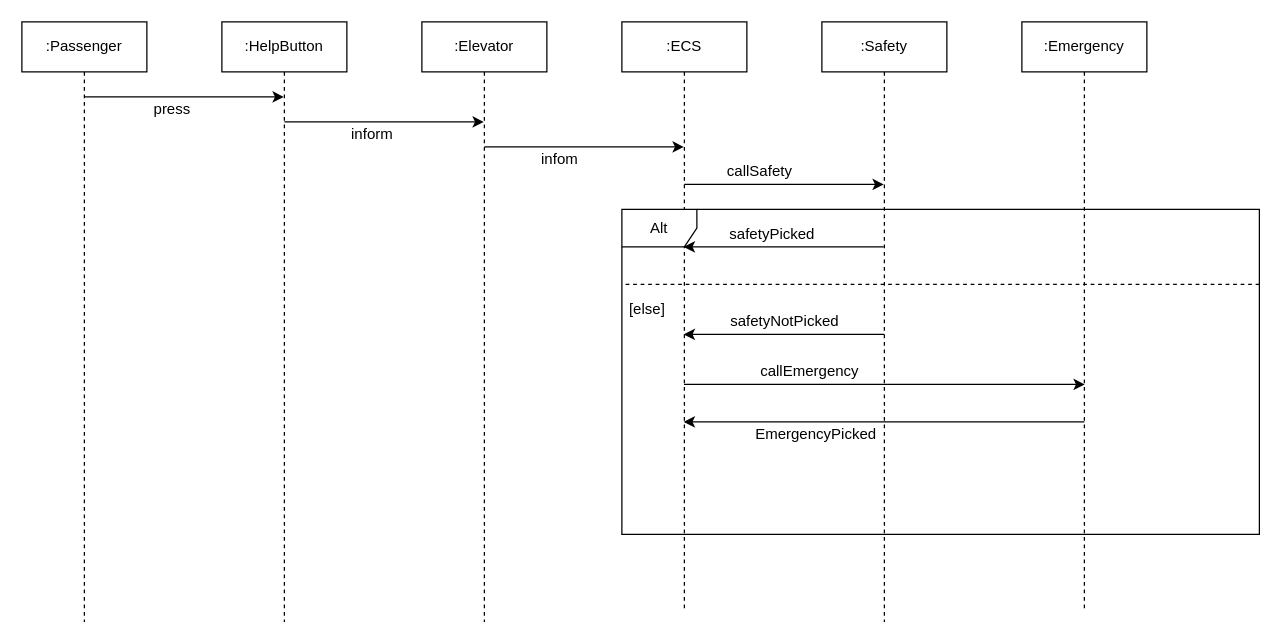
Before: SequenceDiagram2.drawio in streaker0/UML-saves, a draw.io diagram. Source tidied: cells renumbered, new cells numbered last; positions are measured from the earlier drawing's top-left corner, leaving out a move shared by most shapes. Both pictures are drawn from the tidied source at 125%, with x=0, y=0 at pixel (21, 21).
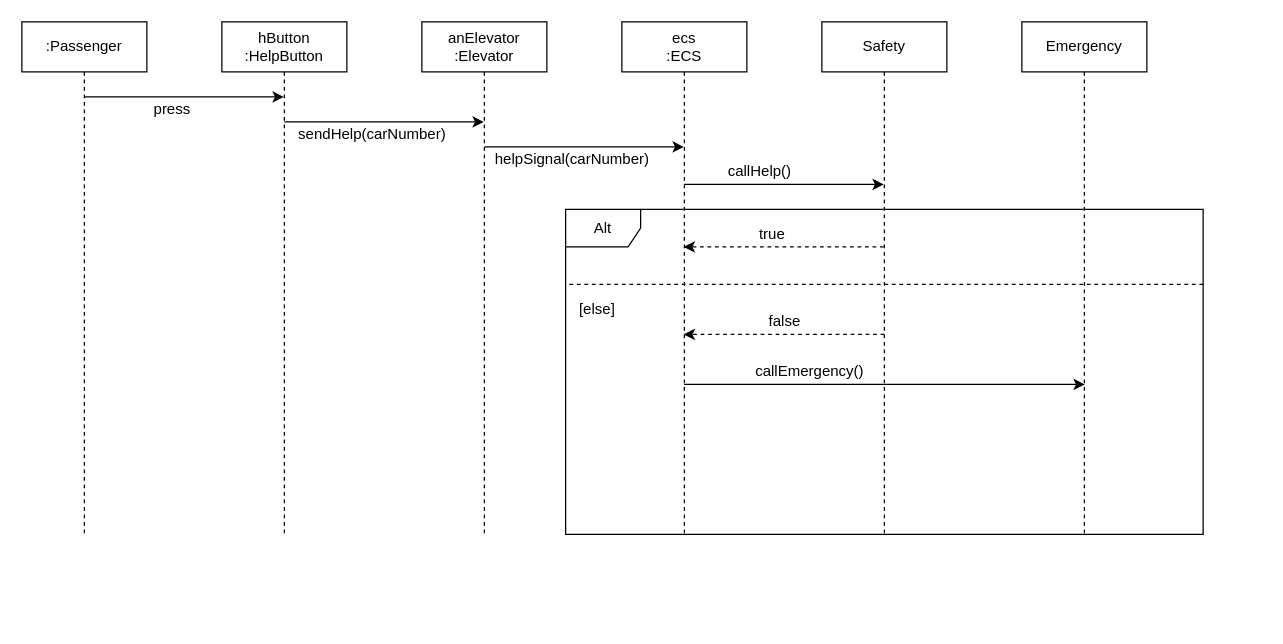
The same diagram, later.

Diff of the diagram source:
```diff
@@
+    <mxCell id="24" value="Alt" style="shape=umlFrame;whiteSpace=wrap;html=1;" parent="1" vertex="1">
+      <mxGeometry x="435" y="150" width="510" height="260" as="geometry" />
+    </mxCell>
     <mxCell id="2" value=":Passenger" style="shape=umlLifeline;perimeter=lifelinePerimeter;whiteSpace=wrap;html=1;" parent="1" vertex="1">
-      <mxGeometry width="100" height="480" as="geometry" />
+      <mxGeometry width="100" height="410" as="geometry" />
     </mxCell>
-    <mxCell id="3" value=":Emergency" style="shape=umlLifeline;perimeter=lifelinePerimeter;whiteSpace=wrap;html=1;" parent="1" vertex="1">
-      <mxGeometry x="800" width="100" height="470" as="geometry" />
+    <mxCell id="3" value="Emergency" style="shape=umlLifeline;perimeter=lifelinePerimeter;whiteSpace=wrap;html=1;" parent="1" vertex="1">
+      <mxGeometry x="800" width="100" height="410" as="geometry" />
     </mxCell>
-    <mxCell id="4" value=":ECS" style="shape=umlLifeline;perimeter=lifelinePerimeter;whiteSpace=wrap;html=1;outlineConnect=0;" parent="1" vertex="1">
-      <mxGeometry x="480" width="100" height="470" as="geometry" />
+    <mxCell id="4" value="ecs&lt;br&gt;:ECS" style="shape=umlLifeline;perimeter=lifelinePerimeter;whiteSpace=wrap;html=1;outlineConnect=0;" parent="1" vertex="1">
+      <mxGeometry x="480" width="100" height="410" as="geometry" />
     </mxCell>
-    <mxCell id="5" value=":Elevator" style="shape=umlLifeline;perimeter=lifelinePerimeter;whiteSpace=wrap;html=1;" parent="1" vertex="1">
-      <mxGeometry x="320" width="100" height="480" as="geometry" />
+    <mxCell id="5" value="anElevator&lt;br&gt;:Elevator" style="shape=umlLifeline;perimeter=lifelinePerimeter;whiteSpace=wrap;html=1;" parent="1" vertex="1">
+      <mxGeometry x="320" width="100" height="410" as="geometry" />
     </mxCell>
-    <mxCell id="6" value=":HelpButton" style="shape=umlLifeline;perimeter=lifelinePerimeter;whiteSpace=wrap;html=1;outlineConnect=0;" parent="1" vertex="1">
-      <mxGeometry x="160" width="100" height="480" as="geometry" />
+    <mxCell id="6" value="hButton&lt;br&gt;:HelpButton" style="shape=umlLifeline;perimeter=lifelinePerimeter;whiteSpace=wrap;html=1;outlineConnect=0;" parent="1" vertex="1">
+      <mxGeometry x="160" width="100" height="410" as="geometry" />
     </mxCell>
-    <mxCell id="7" value=":Safety" style="shape=umlLifeline;perimeter=lifelinePerimeter;whiteSpace=wrap;html=1;outlineConnect=0;" parent="1" vertex="1">
-      <mxGeometry x="640" width="100" height="480" as="geometry" />
+    <mxCell id="7" value="Safety" style="shape=umlLifeline;perimeter=lifelinePerimeter;whiteSpace=wrap;html=1;outlineConnect=0;" parent="1" vertex="1">
+      <mxGeometry x="640" width="100" height="410" as="geometry" />
     </mxCell>
+    <mxCell id="25" style="endArrow=none;dashed=1;html=1;" parent="7" edge="1">
+      <mxGeometry relative="1" as="geometry">
+        <mxPoint x="305" y="210" as="sourcePoint" />
+        <mxPoint x="-205" y="210" as="targetPoint" />
+      </mxGeometry>
+    </mxCell>
@@
-    <mxCell id="12" style="endArrow=classic;html=1;" parent="1" edge="1" source="7" target="4">
+    <mxCell id="12" style="endArrow=classic;html=1;dashed=1;" parent="1" edge="1" source="7" target="4">
       <mxGeometry relative="1" as="geometry">
         <Array as="points">
           <mxPoint x="630" y="180" />
         </Array>
       </mxGeometry>
     </mxCell>
-    <mxCell id="13" style="endArrow=classic;html=1;" parent="1" edge="1" target="4">
-      <mxGeometry relative="1" as="geometry">
-        <mxPoint x="850" y="320" as="sourcePoint" />
-      </mxGeometry>
-    </mxCell>
-    <mxCell id="14" style="endArrow=classic;html=1;" parent="1" edge="1" target="4">
+    <mxCell id="14" style="endArrow=classic;html=1;dashed=1;" parent="1" edge="1" target="4">
       <mxGeometry relative="1" as="geometry">
         <mxPoint x="690" y="250" as="sourcePoint" />
       </mxGeometry>
     </mxCell>
@@
-    <mxCell id="17" value="inform" style="text;html=1;align=center;verticalAlign=middle;" parent="1" vertex="1">
-      <mxGeometry x="255" y="80" width="50" height="20" as="geometry" />
+    <mxCell id="17" value="sendHelp(carNumber)" style="text;html=1;align=center;verticalAlign=middle;" parent="1" vertex="1">
+      <mxGeometry x="215" y="80" width="130" height="20" as="geometry" />
     </mxCell>
-    <mxCell id="18" value="infom" style="text;html=1;align=center;verticalAlign=middle;" parent="1" vertex="1">
-      <mxGeometry x="410" y="100" width="40" height="20" as="geometry" />
+    <mxCell id="18" value="helpSignal(carNumber)" style="text;html=1;align=center;verticalAlign=middle;" parent="1" vertex="1">
+      <mxGeometry x="370" y="100" width="140" height="20" as="geometry" />
     </mxCell>
-    <mxCell id="19" value="callSafety" style="text;html=1;align=center;verticalAlign=middle;" parent="1" vertex="1">
+    <mxCell id="19" value="callHelp()" style="text;html=1;align=center;verticalAlign=middle;" parent="1" vertex="1">
       <mxGeometry x="555" y="110" width="70" height="20" as="geometry" />
     </mxCell>
-    <mxCell id="20" value="safetyPicked" style="text;html=1;align=center;verticalAlign=middle;" parent="1" vertex="1">
-      <mxGeometry x="560" y="160" width="80" height="20" as="geometry" />
+    <mxCell id="20" value="true" style="text;html=1;align=center;verticalAlign=middle;" parent="1" vertex="1">
+      <mxGeometry x="580" y="160" width="40" height="20" as="geometry" />
     </mxCell>
-    <mxCell id="21" value="safetyNotPicked" style="text;html=1;align=center;verticalAlign=middle;" parent="1" vertex="1">
-      <mxGeometry x="560" y="230" width="100" height="20" as="geometry" />
+    <mxCell id="21" value="false" style="text;html=1;align=center;verticalAlign=middle;" parent="1" vertex="1">
+      <mxGeometry x="590" y="230" width="40" height="20" as="geometry" />
     </mxCell>
-    <mxCell id="22" value="callEmergency" style="text;html=1;align=center;verticalAlign=middle;" parent="1" vertex="1">
-      <mxGeometry x="585" y="270" width="90" height="20" as="geometry" />
+    <mxCell id="22" value="callEmergency()" style="text;html=1;align=center;verticalAlign=middle;" parent="1" vertex="1">
+      <mxGeometry x="580" y="270" width="100" height="20" as="geometry" />
     </mxCell>
-    <mxCell id="23" value="EmergencyPicked" style="text;html=1;align=center;verticalAlign=middle;" parent="1" vertex="1">
-      <mxGeometry x="580" y="320" width="110" height="20" as="geometry" />
-    </mxCell>
-    <mxCell id="24" value="Alt" style="shape=umlFrame;whiteSpace=wrap;html=1;" parent="1" vertex="1">
-      <mxGeometry x="480" y="150" width="510" height="260" as="geometry" />
-    </mxCell>
-    <mxCell id="25" style="endArrow=none;dashed=1;html=1;" parent="1" edge="1">
-      <mxGeometry relative="1" as="geometry">
-        <mxPoint x="990" y="210" as="sourcePoint" />
-        <mxPoint x="480" y="210" as="targetPoint" />
-      </mxGeometry>
-    </mxCell>
     <mxCell id="26" value="[else]" style="text;html=1;align=center;verticalAlign=middle;" parent="1" vertex="1">
-      <mxGeometry x="480" y="220" width="40" height="20" as="geometry" />
+      <mxGeometry x="440" y="220" width="40" height="20" as="geometry" />
     </mxCell>
```
